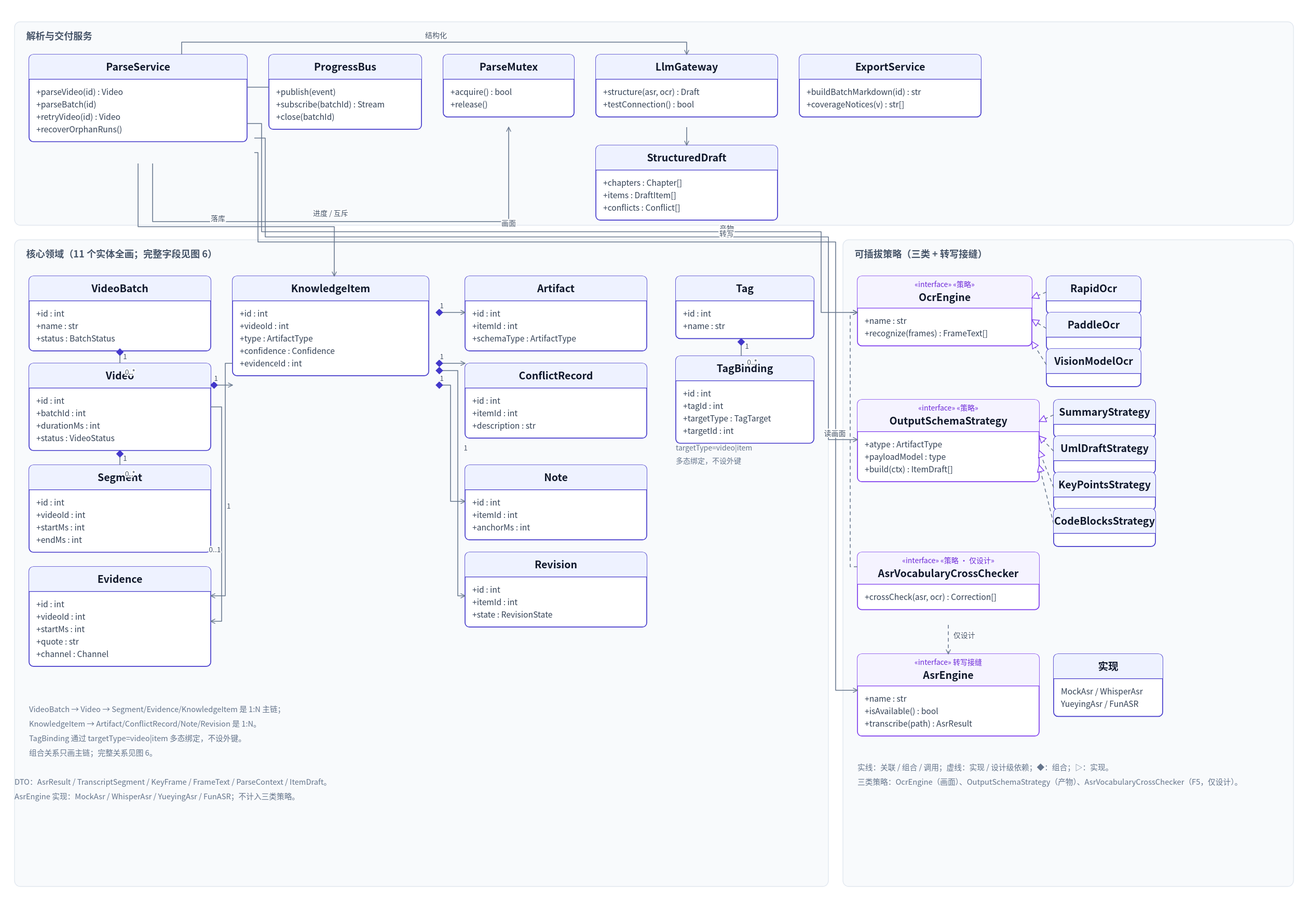
This is docs/figures/svg/fig5-class.svg from cheng200606/videomind, a PlantUML export, as it was before one commit. Its source is kept beside it as docs/figures/src/fig5-class.puml.
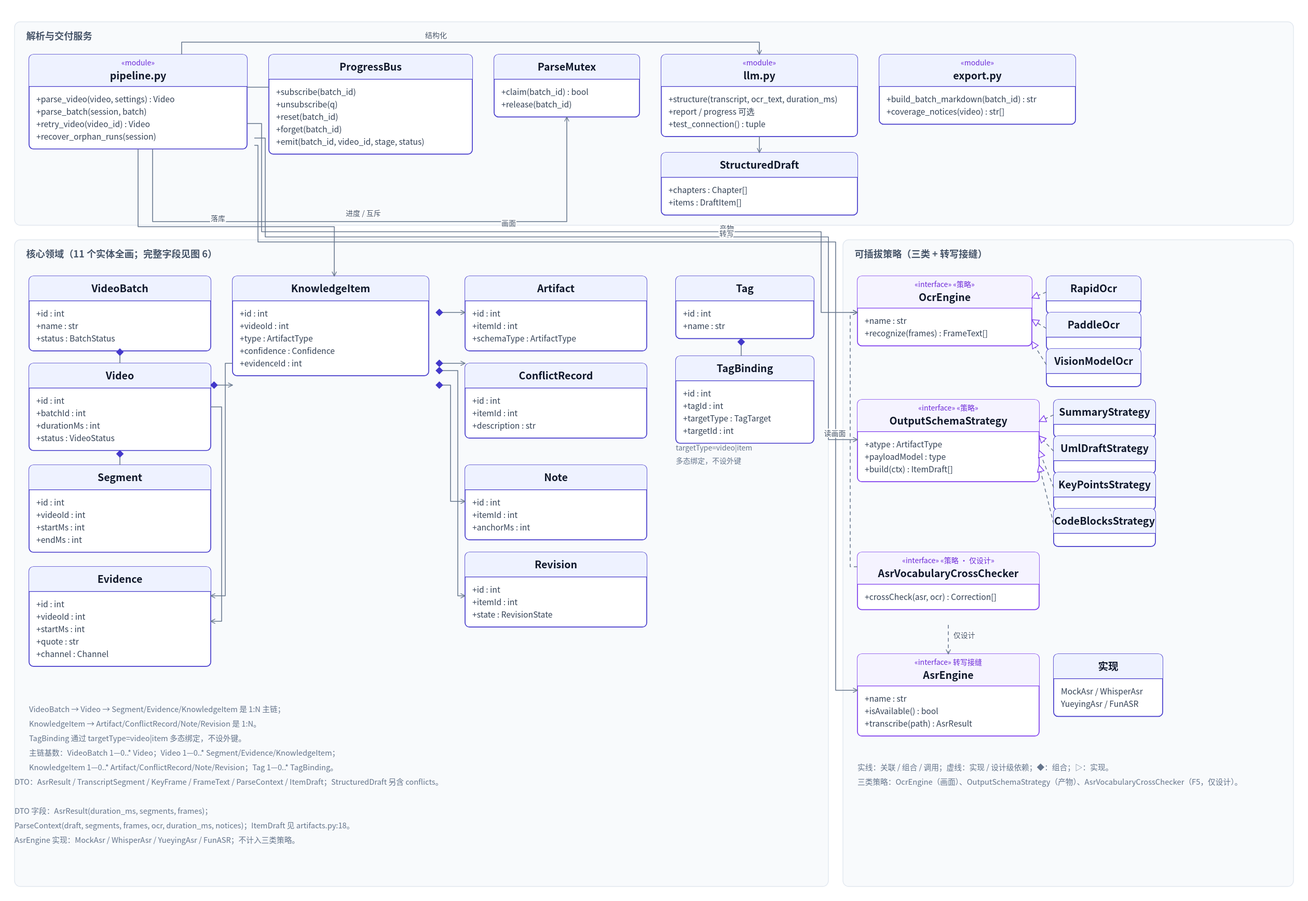
After the change.

Commit message:
fix(design): 图5 服务层改模块表示并消除标签遮挡

What changed in the source:
```diff
@@ -111,28 +111,30 @@
   +crossCheck(asr, ocr) : Correction[]
 }
 
-class ParseService {
-  +parseVideo(id) : Video
-  +parseBatch(id)
-  +retryVideo(id) : Video
-  +recoverOrphanRuns()
-}
-class LlmGateway {
-  +structure(asr, ocr) : StructuredDraft
-  +testConnection() : bool
+class "pipeline.py" as pipeline <<module>> {
+  +parse_video(video, settings) : Video
+  +parse_batch(session, batch)
+  +retry_video(video_id) : Video
+  +recover_orphan_runs(session)
 }
 class ProgressBus {
-  +publish(event)
-  +subscribe(batchId) : Stream
-  +close(batchId)
+  +subscribe(batch_id)
+  +unsubscribe(q)
+  +reset(batch_id)
+  +forget(batch_id)
+  +emit(batch_id, video_id, stage, status, message)
 }
 class ParseMutex {
-  +acquire() : bool
-  +release()
+  +claim(batch_id) : bool
+  +release(batch_id)
 }
-class ExportService {
-  +buildBatchMarkdown(id) : str
-  +coverageNotices(v) : str[]
+class "llm.py" as llm <<module>> {
+  +structure(transcript, ocr_text, duration_ms, report=None, progress=None) : StructuredDraft
+  +test_connection() : tuple
+}
+class "export.py" as export <<module>> {
+  +build_batch_markdown(batch_id) : str
+  +coverage_notices(video) : str[]
 }
 class StructuredDraft {
   +chapters : Chapter[]
@@ -160,16 +162,16 @@
 KeyPointsStrategy ..|> OutputSchemaStrategy
 CodeBlocksStrategy ..|> OutputSchemaStrategy
 
-ParseService ..> AsrEngine : 转写
-ParseService ..> OcrEngine : 画面
-ParseService ..> OutputSchemaStrategy : 产物
-ParseService ..> LlmGateway : 结构化
-ParseService ..> ProgressBus
-ParseService ..> ParseMutex
-ParseService ..> KnowledgeItem : 落库
-LlmGateway ..> StructuredDraft
-ExportService ..> KnowledgeItem : 导出
-ExportService ..> Evidence : 附证据
+pipeline ..> AsrEngine : 转写
+pipeline ..> OcrEngine : 画面
+pipeline ..> OutputSchemaStrategy : 产物
+pipeline ..> llm : 结构化
+pipeline ..> ProgressBus
+pipeline ..> ParseMutex
+pipeline ..> KnowledgeItem : 落库
+llm ..> StructuredDraft
+export ..> KnowledgeItem : 导出
+export ..> Evidence : 附证据
 AsrVocabularyCrossChecker ..> AsrEngine : 读转写
 AsrVocabularyCrossChecker ..> OcrEngine : 读画面
 
@@ -180,7 +182,7 @@
 note bottom of AsrVocabularyCrossChecker
   课程版仅设计，未实现
 end note
-note bottom of ParseService
+note bottom of pipeline
   DTO：AsrResult / TranscriptSegment /
   KeyFrame / FrameText / ParseContext /
   ItemDraft / Correction（设计级）
```
